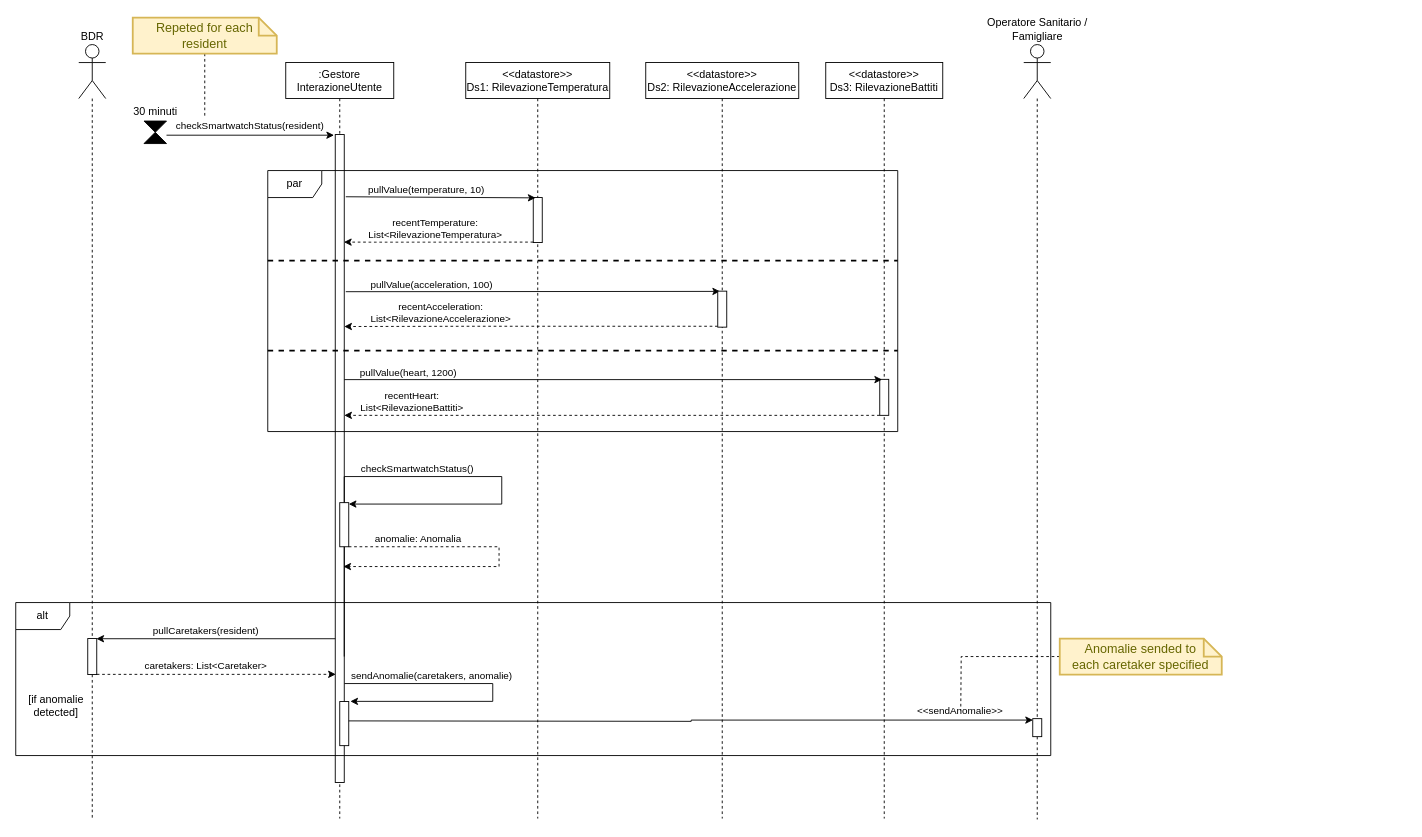
Before: page "Smartwatch" (9 of 9) of Progetto/Diagrammi_Attivita/Sequence.drawio in Wonderjack996/unimib-software-architecture, a draw.io diagram. Source tidied: cells renumbered, new cells numbered last; positions are measured from the earlier drawing's top-left corner, leaving out a move shared by most shapes. Both pictures are drawn from the tidied source at 90%, with x=0, y=0 at pixel (15, 17).
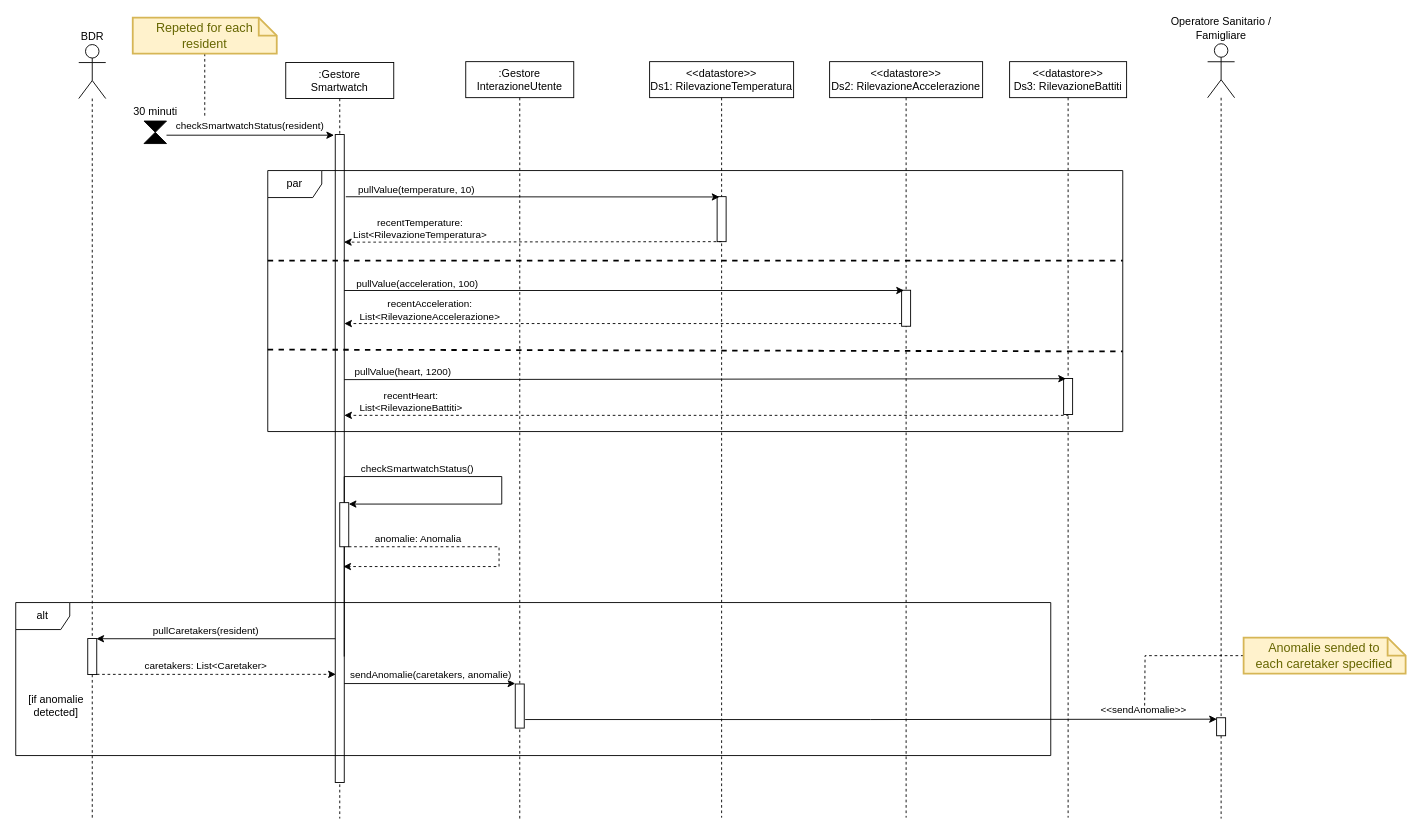
After the change.

The change refers to these unchanged cells:
```xml
<mxCell id="5" style="points=[];perimeter=orthogonalPerimeter;rounded=0;shadow=0;strokeWidth=1;" parent="2" vertex="1">
  <mxGeometry x="55" y="80" width="10" height="720" as="geometry" />
</mxCell>
<mxCell id="15" style="points=[];perimeter=orthogonalPerimeter;rounded=0;shadow=0;strokeWidth=1;" parent="14" vertex="1">
  <mxGeometry x="75" y="150" width="10" height="50" as="geometry" />
</mxCell>
<mxCell id="21" style="points=[];perimeter=orthogonalPerimeter;rounded=0;shadow=0;strokeWidth=1;" parent="20" vertex="1">
  <mxGeometry x="80" y="254" width="10" height="40" as="geometry" />
</mxCell>
<mxCell id="25" style="endArrow=classic;html=1;rounded=0;entryX=0.257;entryY=0.007;entryDx=0;entryDy=0;entryPerimeter=0;exitX=1.171;exitY=0.096;exitDx=0;exitDy=0;exitPerimeter=0;" parent="1" edge="1" source="5" target="15">
  <mxGeometry relative="1" as="geometry" />
</mxCell>
<mxCell id="29" style="endArrow=classic;html=1;rounded=0;entryX=0.257;entryY=0.007;entryDx=0;entryDy=0;entryPerimeter=0;" parent="1" edge="1" target="24">
  <mxGeometry relative="1" as="geometry">
    <mxPoint x="365" y="402.3" as="sourcePoint" />
  </mxGeometry>
</mxCell>
<mxCell id="31" style="edgeStyle=orthogonalEdgeStyle;rounded=0;jettySize=auto;html=1;dashed=1;" parent="1" edge="1" source="24">
  <mxGeometry relative="1" as="geometry">
    <mxPoint x="365" y="442" as="targetPoint" />
    <Array as="points">
      <mxPoint x="510" y="442" />
      <mxPoint x="510" y="442" />
    </Array>
  </mxGeometry>
</mxCell>
```

Change to the diagram source:
```diff
@@
-    <mxCell id="2" value=":Gestore&#10;InterazioneUtente" style="shape=umlLifeline;perimeter=lifelinePerimeter;rounded=0;shadow=0;strokeWidth=1;" parent="1" vertex="1">
+    <mxCell id="2" value=":Gestore&#10;Smartwatch" style="shape=umlLifeline;perimeter=lifelinePerimeter;rounded=0;shadow=0;strokeWidth=1;" parent="1" vertex="1">
       <mxGeometry x="300" y="50" width="120" height="840" as="geometry" />
     </mxCell>
-    <mxCell id="3" style="edgeStyle=orthogonalEdgeStyle;rounded=0;jettySize=auto;html=1;entryX=1.177;entryY=-0.004;entryDx=0;entryDy=0;entryPerimeter=0;endArrow=classic;endFill=1;" parent="2" edge="1" source="5" target="13">
-      <mxGeometry relative="1" as="geometry">
-        <Array as="points">
-          <mxPoint x="230" y="690" />
-          <mxPoint x="230" y="710" />
-        </Array>
-      </mxGeometry>
-    </mxCell>
-    <mxCell id="4" value="sendAnomalie(caretakers, anomalie)" style="edgeLabel;html=1;align=center;verticalAlign=middle;" parent="3" vertex="1">
-      <mxGeometry x="-0.46" y="-2" relative="1" as="geometry">
-        <mxPoint x="3" y="-12" as="offset" />
-      </mxGeometry>
-    </mxCell>
@@
-    <mxCell id="10" value="par" style="shape=umlFrame;whiteSpace=wrap;html=1;" parent="2" vertex="1">
-      <mxGeometry x="-20" y="120" width="700" height="290" as="geometry" />
-    </mxCell>
     <mxCell id="11" style="endArrow=none;dashed=1;html=1;rounded=0;strokeWidth=2;" parent="2" edge="1">
       <mxGeometry relative="1" as="geometry">
         <mxPoint x="-20" y="220" as="sourcePoint" />
-        <mxPoint x="680" y="220" as="targetPoint" />
+        <mxPoint x="930" y="220" as="targetPoint" />
       </mxGeometry>
     </mxCell>
@@
-    <mxCell id="13" style="points=[];perimeter=orthogonalPerimeter;rounded=0;shadow=0;strokeWidth=1;" parent="2" vertex="1">
-      <mxGeometry x="60" y="710" width="10" height="49" as="geometry" />
-    </mxCell>
+    <mxCell id="10" value="par" style="shape=umlFrame;whiteSpace=wrap;html=1;" parent="2" vertex="1">
+      <mxGeometry x="-20" y="120" width="950" height="290" as="geometry" />
+    </mxCell>
+    <mxCell id="22" style="endArrow=none;dashed=1;html=1;rounded=0;strokeWidth=2;entryX=1;entryY=0.693;entryDx=0;entryDy=0;entryPerimeter=0;exitX=0;exitY=0.686;exitDx=0;exitDy=0;exitPerimeter=0;" parent="2" edge="1" source="10" target="10">
+      <mxGeometry relative="1" as="geometry" />
+    </mxCell>
     <mxCell id="14" value="&lt;&lt;datastore&gt;&gt;&#10;Ds1: RilevazioneTemperatura" style="shape=umlLifeline;perimeter=lifelinePerimeter;rounded=0;shadow=0;strokeWidth=1;" parent="1" vertex="1">
-      <mxGeometry x="500" y="50" width="160" height="840" as="geometry" />
+      <mxGeometry x="704.3" y="49" width="160" height="840" as="geometry" />
     </mxCell>
@@
-    <mxCell id="16" style="endArrow=classic;html=1;rounded=0;entryX=0.257;entryY=0.007;entryDx=0;entryDy=0;entryPerimeter=0;exitX=1.171;exitY=0.096;exitDx=0;exitDy=0;exitPerimeter=0;" parent="14" edge="1" target="21">
-      <mxGeometry relative="1" as="geometry">
-        <mxPoint x="-133.3" y="254.6" as="sourcePoint" />
-      </mxGeometry>
-    </mxCell>
-    <mxCell id="17" value="pullValue(acceleration, 100)" style="edgeLabel;html=1;align=center;verticalAlign=middle;" parent="16" vertex="1">
-      <mxGeometry x="0.12" y="1" relative="1" as="geometry">
-        <mxPoint x="-138" y="-7" as="offset" />
-      </mxGeometry>
-    </mxCell>
-    <mxCell id="18" style="edgeStyle=orthogonalEdgeStyle;rounded=0;jettySize=auto;html=1;entryX=1;entryY=0.142;entryDx=0;entryDy=0;entryPerimeter=0;dashed=1;" parent="14" edge="1" source="21">
-      <mxGeometry relative="1" as="geometry">
-        <mxPoint x="-135" y="293.3" as="targetPoint" />
-        <Array as="points">
-          <mxPoint x="10" y="293" />
-          <mxPoint x="10" y="293" />
-        </Array>
-      </mxGeometry>
-    </mxCell>
-    <mxCell id="19" value="recentAcceleration:&lt;br&gt;List&amp;lt;RilevazioneAccelerazione&amp;gt;" style="edgeLabel;html=1;align=center;verticalAlign=middle;" parent="18" vertex="1">
-      <mxGeometry x="-0.12" y="1" relative="1" as="geometry">
-        <mxPoint x="-126" y="-17" as="offset" />
-      </mxGeometry>
-    </mxCell>
     <mxCell id="20" value="&lt;&lt;datastore&gt;&gt;&#10;Ds2: RilevazioneAccelerazione" style="shape=umlLifeline;perimeter=lifelinePerimeter;rounded=0;shadow=0;strokeWidth=1;" parent="1" vertex="1">
-      <mxGeometry x="700" y="50" width="170" height="840" as="geometry" />
+      <mxGeometry x="904.3" y="49" width="170" height="840" as="geometry" />
     </mxCell>
@@
-    <mxCell id="22" style="endArrow=none;dashed=1;html=1;rounded=0;strokeWidth=2;" parent="20" edge="1">
-      <mxGeometry relative="1" as="geometry">
-        <mxPoint x="-420" y="320" as="sourcePoint" />
-        <mxPoint x="280" y="320" as="targetPoint" />
-      </mxGeometry>
-    </mxCell>
     <mxCell id="23" value="&lt;&lt;datastore&gt;&gt;&#10;Ds3: RilevazioneBattiti" style="shape=umlLifeline;perimeter=lifelinePerimeter;rounded=0;shadow=0;strokeWidth=1;" parent="1" vertex="1">
-      <mxGeometry x="900" y="50" width="130" height="840" as="geometry" />
+      <mxGeometry x="1104.3" y="49" width="130" height="840" as="geometry" />
     </mxCell>
@@
     <mxCell id="26" value="pullValue(temperature, 10)" style="edgeLabel;html=1;align=center;verticalAlign=middle;" parent="25" vertex="1">
       <mxGeometry x="0.12" y="1" relative="1" as="geometry">
-        <mxPoint x="-29" y="-8" as="offset" />
+        <mxPoint x="-154" y="-8" as="offset" />
       </mxGeometry>
     </mxCell>
     <mxCell id="27" style="edgeStyle=orthogonalEdgeStyle;rounded=0;jettySize=auto;html=1;dashed=1;entryX=0.967;entryY=0.166;entryDx=0;entryDy=0;entryPerimeter=0;" parent="1" edge="1" source="15" target="5">
       <mxGeometry relative="1" as="geometry">
         <Array as="points">
-          <mxPoint x="510" y="249" />
+          <mxPoint x="784" y="250" />
         </Array>
       </mxGeometry>
     </mxCell>
     <mxCell id="28" value="recentTemperature:&lt;br&gt;List&amp;lt;RilevazioneTemperatura&amp;gt;" style="edgeLabel;html=1;align=center;verticalAlign=middle;" parent="27" vertex="1">
       <mxGeometry x="-0.12" y="1" relative="1" as="geometry">
-        <mxPoint x="-17" y="-16" as="offset" />
+        <mxPoint x="-151" y="-16" as="offset" />
       </mxGeometry>
     </mxCell>
@@
     <mxCell id="30" value="pullValue(heart, 1200)" style="edgeLabel;html=1;align=center;verticalAlign=middle;" parent="29" vertex="1">
       <mxGeometry x="0.12" y="1" relative="1" as="geometry">
-        <mxPoint x="-264" y="-7" as="offset" />
+        <mxPoint x="-384" y="-7" as="offset" />
       </mxGeometry>
     </mxCell>
@@
     <mxCell id="32" value="recentHeart:&lt;br&gt;List&amp;lt;RilevazioneBattiti&amp;gt;" style="edgeLabel;html=1;align=center;verticalAlign=middle;" parent="31" vertex="1">
       <mxGeometry x="-0.12" y="1" relative="1" as="geometry">
-        <mxPoint x="-259" y="-17" as="offset" />
+        <mxPoint x="-378" y="-17" as="offset" />
       </mxGeometry>
     </mxCell>
@@
     <mxCell id="47" style="edgeStyle=orthogonalEdgeStyle;rounded=0;jettySize=auto;html=1;endArrow=none;endFill=0;dashed=1;startArrow=none;" parent="1" edge="1" source="49">
       <mxGeometry relative="1" as="geometry">
-        <mxPoint x="1135" y="891" as="targetPoint" />
+        <mxPoint x="1339.3" y="890" as="targetPoint" />
       </mxGeometry>
     </mxCell>
     <mxCell id="48" value="Operatore Sanitario /&lt;br&gt;Famigliare" style="shape=umlActor;verticalLabelPosition=top;verticalAlign=bottom;html=1;outlineConnect=0;labelPosition=center;align=center;" parent="1" vertex="1">
-      <mxGeometry x="1120" y="30" width="30" height="60" as="geometry" />
+      <mxGeometry x="1324.3" y="29.1" width="30" height="60" as="geometry" />
     </mxCell>
     <mxCell id="49" style="points=[];perimeter=orthogonalPerimeter;rounded=0;shadow=0;strokeWidth=1;" parent="1" vertex="1">
-      <mxGeometry x="1130" y="779" width="10" height="20" as="geometry" />
+      <mxGeometry x="1334.3" y="778" width="10" height="20" as="geometry" />
     </mxCell>
@@
-    <mxCell id="51" style="edgeStyle=orthogonalEdgeStyle;rounded=0;jettySize=auto;html=1;entryX=0.025;entryY=0.079;entryDx=0;entryDy=0;entryPerimeter=0;endArrow=classic;endFill=1;" parent="1" edge="1" target="49">
-      <mxGeometry relative="1" as="geometry">
-        <mxPoint x="370" y="781.5" as="sourcePoint" />
-      </mxGeometry>
+    <mxCell id="51" style="edgeStyle=orthogonalEdgeStyle;rounded=0;jettySize=auto;html=1;entryX=0.025;entryY=0.079;entryDx=0;entryDy=0;entryPerimeter=0;endArrow=classic;endFill=1;exitX=1.1;exitY=0.806;exitDx=0;exitDy=0;exitPerimeter=0;" parent="1" edge="1" source="13" target="49">
+      <mxGeometry relative="1" as="geometry" />
     </mxCell>
@@
     <mxCell id="53" style="edgeStyle=orthogonalEdgeStyle;rounded=0;jettySize=auto;html=1;endArrow=none;endFill=0;dashed=1;" parent="1" edge="1" source="54">
       <mxGeometry relative="1" as="geometry">
-        <mxPoint x="1050" y="770" as="targetPoint" />
+        <mxPoint x="1254.3" y="769" as="targetPoint" />
       </mxGeometry>
     </mxCell>
     <mxCell id="54" value="Anomalie sended to&lt;br&gt;each caretaker specified" style="shape=note;strokeWidth=2;fontSize=14;size=20;whiteSpace=wrap;html=1;fillColor=#fff2cc;strokeColor=#d6b656;fontColor=#666600;" parent="1" vertex="1">
-      <mxGeometry x="1160" y="690" width="180" height="40" as="geometry" />
+      <mxGeometry x="1364.3" y="689" width="180" height="40" as="geometry" />
     </mxCell>
+    <mxCell id="56" value="[if anomalie detected]" style="text;html=1;strokeColor=none;fillColor=none;align=center;verticalAlign=middle;whiteSpace=wrap;rounded=0;" parent="1" vertex="1">
+      <mxGeometry y="750" width="90" height="30" as="geometry" />
+    </mxCell>
+    <mxCell id="16" style="endArrow=classic;html=1;rounded=0;entryX=0.257;entryY=0.007;entryDx=0;entryDy=0;entryPerimeter=0;" parent="1" edge="1" source="5" target="21">
+      <mxGeometry relative="1" as="geometry" />
+    </mxCell>
+    <mxCell id="17" value="pullValue(acceleration, 100)" style="edgeLabel;html=1;align=center;verticalAlign=middle;" parent="16" vertex="1">
+      <mxGeometry x="0.12" y="1" relative="1" as="geometry">
+        <mxPoint x="-268" y="-7" as="offset" />
+      </mxGeometry>
+    </mxCell>
+    <mxCell id="18" style="edgeStyle=orthogonalEdgeStyle;rounded=0;jettySize=auto;html=1;dashed=1;" parent="1" edge="1" source="21" target="5">
+      <mxGeometry relative="1" as="geometry">
+        <Array as="points">
+          <mxPoint x="830" y="340" />
+          <mxPoint x="830" y="340" />
+        </Array>
+      </mxGeometry>
+    </mxCell>
+    <mxCell id="19" value="recentAcceleration:&lt;br&gt;List&amp;lt;RilevazioneAccelerazione&amp;gt;" style="edgeLabel;html=1;align=center;verticalAlign=middle;" parent="18" vertex="1">
+      <mxGeometry x="-0.12" y="1" relative="1" as="geometry">
+        <mxPoint x="-253" y="-17" as="offset" />
+      </mxGeometry>
+    </mxCell>
+    <mxCell id="57" value=":Gestore&lt;br&gt;InterazioneUtente" style="shape=umlLifeline;perimeter=lifelinePerimeter;whiteSpace=wrap;html=1;" parent="1" vertex="1">
+      <mxGeometry x="500" y="49" width="120" height="841" as="geometry" />
+    </mxCell>
+    <mxCell id="13" style="points=[];perimeter=orthogonalPerimeter;rounded=0;shadow=0;strokeWidth=1;" parent="57" vertex="1">
+      <mxGeometry x="55" y="691.5" width="10" height="49" as="geometry" />
+    </mxCell>
+    <mxCell id="3" style="edgeStyle=orthogonalEdgeStyle;rounded=0;jettySize=auto;html=1;endArrow=classic;endFill=1;" parent="1" edge="1" source="5">
+      <mxGeometry relative="1" as="geometry">
+        <mxPoint x="555" y="740" as="targetPoint" />
+        <Array as="points">
+          <mxPoint x="555" y="740" />
+        </Array>
+      </mxGeometry>
+    </mxCell>
+    <mxCell id="4" value="sendAnomalie(caretakers, anomalie)" style="edgeLabel;html=1;align=center;verticalAlign=middle;" parent="3" vertex="1">
+      <mxGeometry x="-0.46" y="-2" relative="1" as="geometry">
+        <mxPoint x="44" y="-13" as="offset" />
+      </mxGeometry>
+    </mxCell>
@@
-    <mxCell id="56" value="[if anomalie detected]" style="text;html=1;strokeColor=none;fillColor=none;align=center;verticalAlign=middle;whiteSpace=wrap;rounded=0;" parent="1" vertex="1">
-      <mxGeometry y="750" width="90" height="30" as="geometry" />
-    </mxCell>
```
